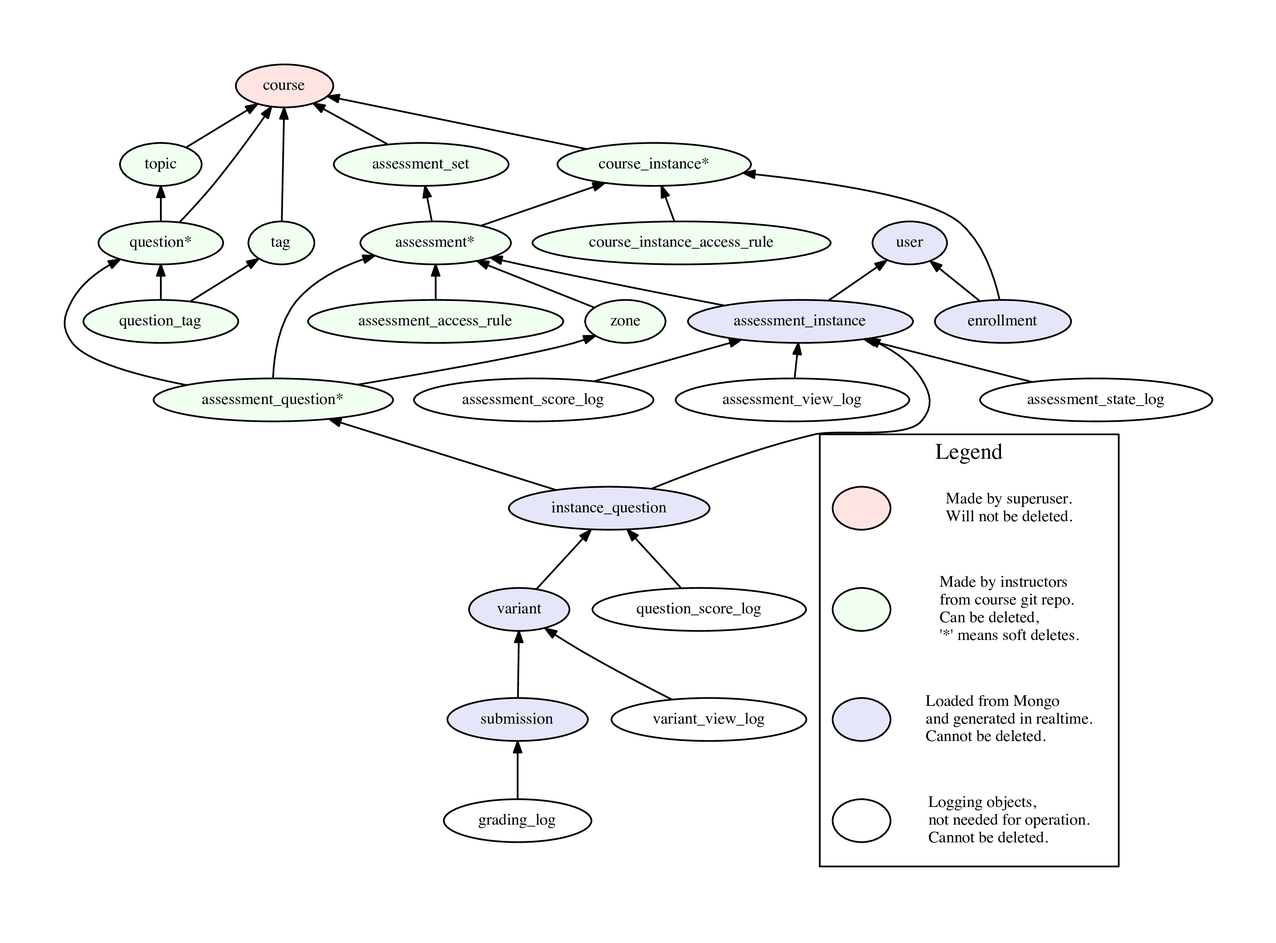
Earlier version of the Graphviz export v2/doc/models.png (PrairieLearn/PrairieLearn). Its source is kept beside it as v2/doc/models.gv.
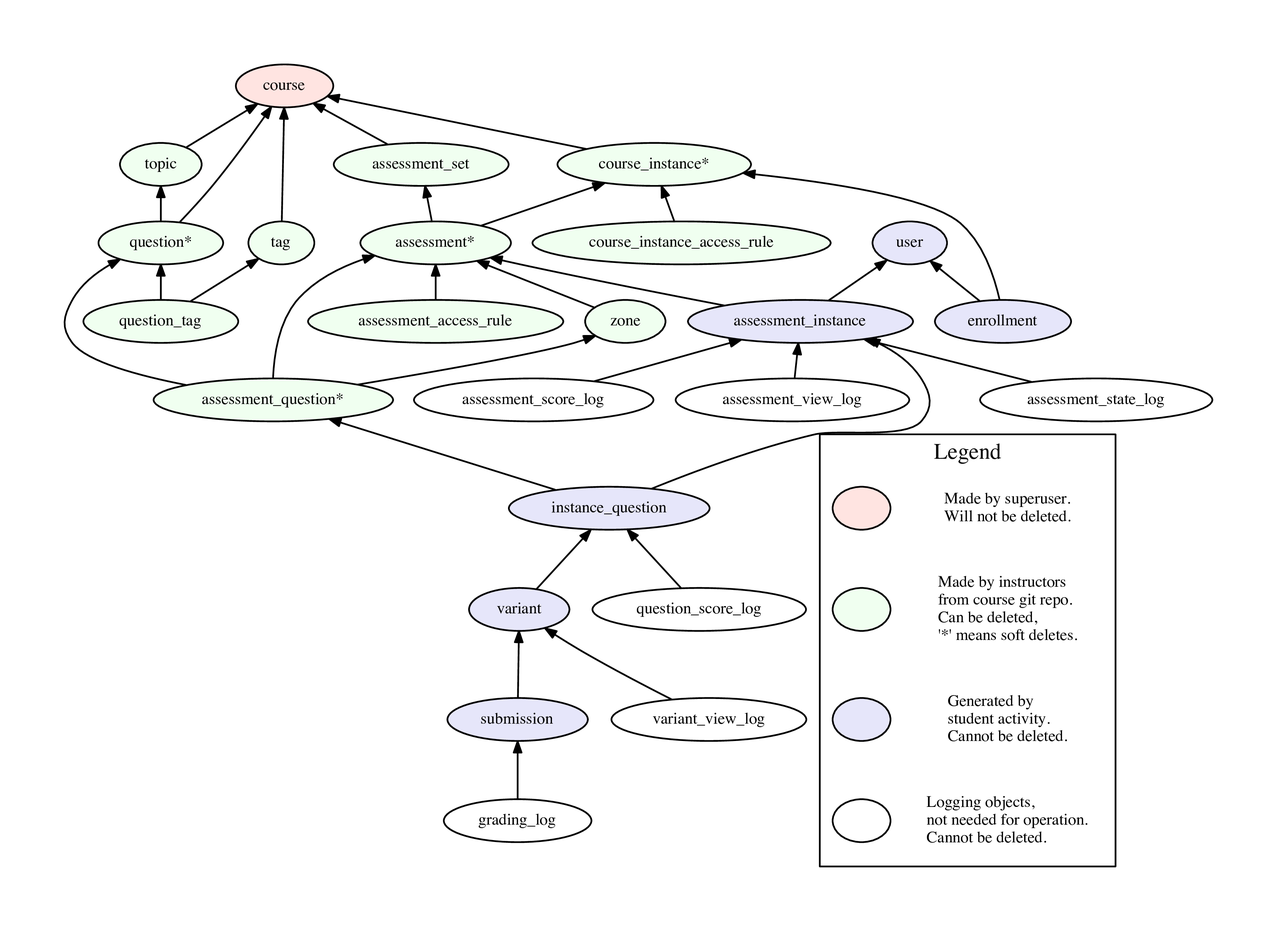
After the commit.

Diff of the diagram source:
```diff
@@ -66,7 +66,7 @@
         k4 [shape=plaintext, style=solid, label="Logging objects,\lnot needed for operation.\lCannot be deleted.\l"];
         kc4[label=" ", style=filled, fillcolor=white];
 
-        k3 [shape=plaintext, style=solid, label="Loaded from Mongo\land generated in realtime.\lCannot be deleted.\l"];
+        k3 [shape=plaintext, style=solid, label="Generated by\lstudent activity.\lCannot be deleted.\l"];
         kc3[label=" ", style=filled, fillcolor=lavender];
 
         k2 [shape=plaintext, style=solid, label="Made by instructors\lfrom course git repo.\lCan be deleted,\l'*' means soft deletes.\l"];
```
